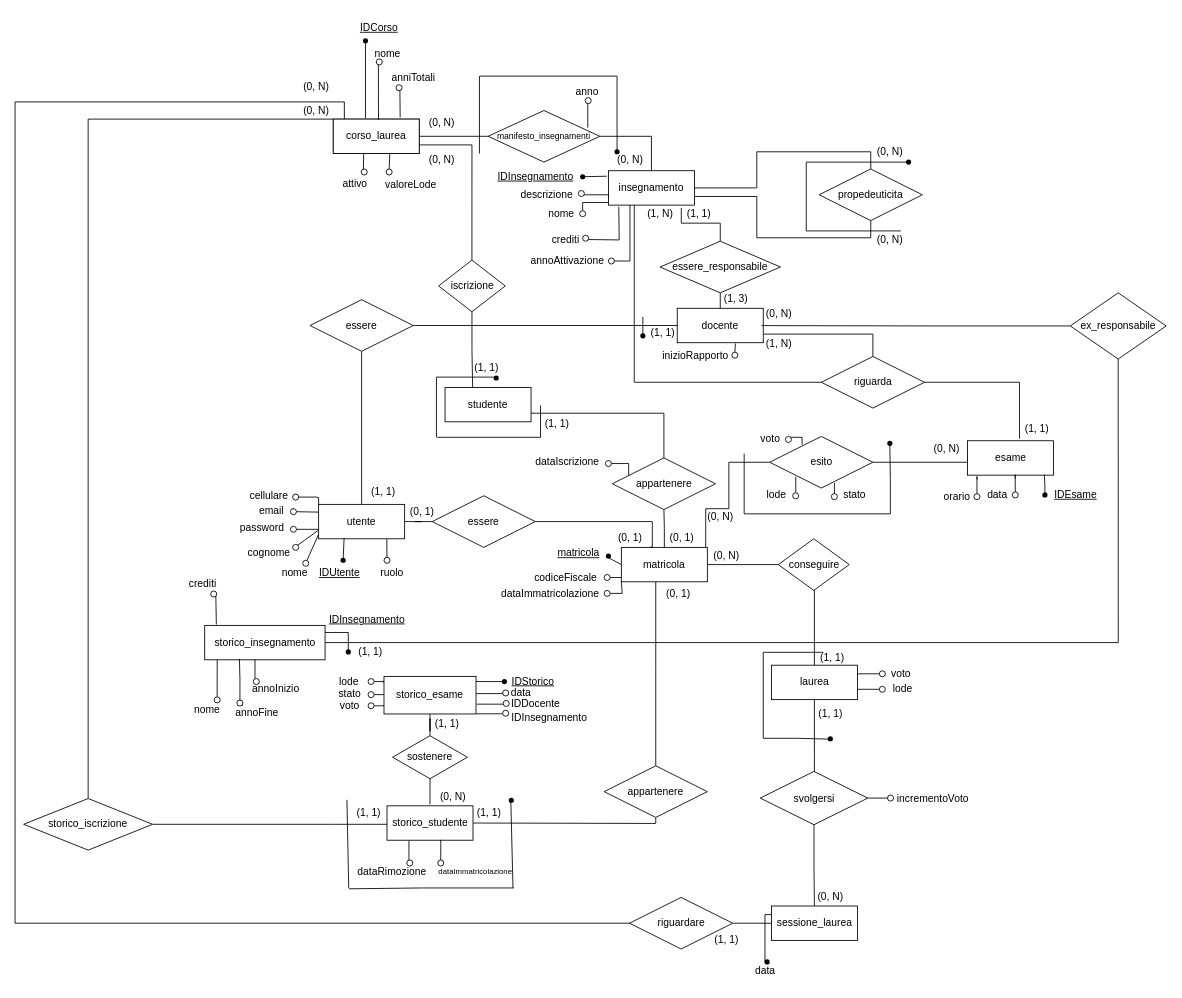
The draw.io diagram page "ER Ristrutturato" (2 of 2) of progetto/db/uni.drawio in michelebolis/UniversityExamSystem, before the edit. Source tidied: cells renumbered, new cells numbered last; positions are measured from the earlier drawing's top-left corner, leaving out a move shared by most shapes. Both pictures are drawn from the tidied source at 86%, with x=0, y=0 at pixel (15, 15).
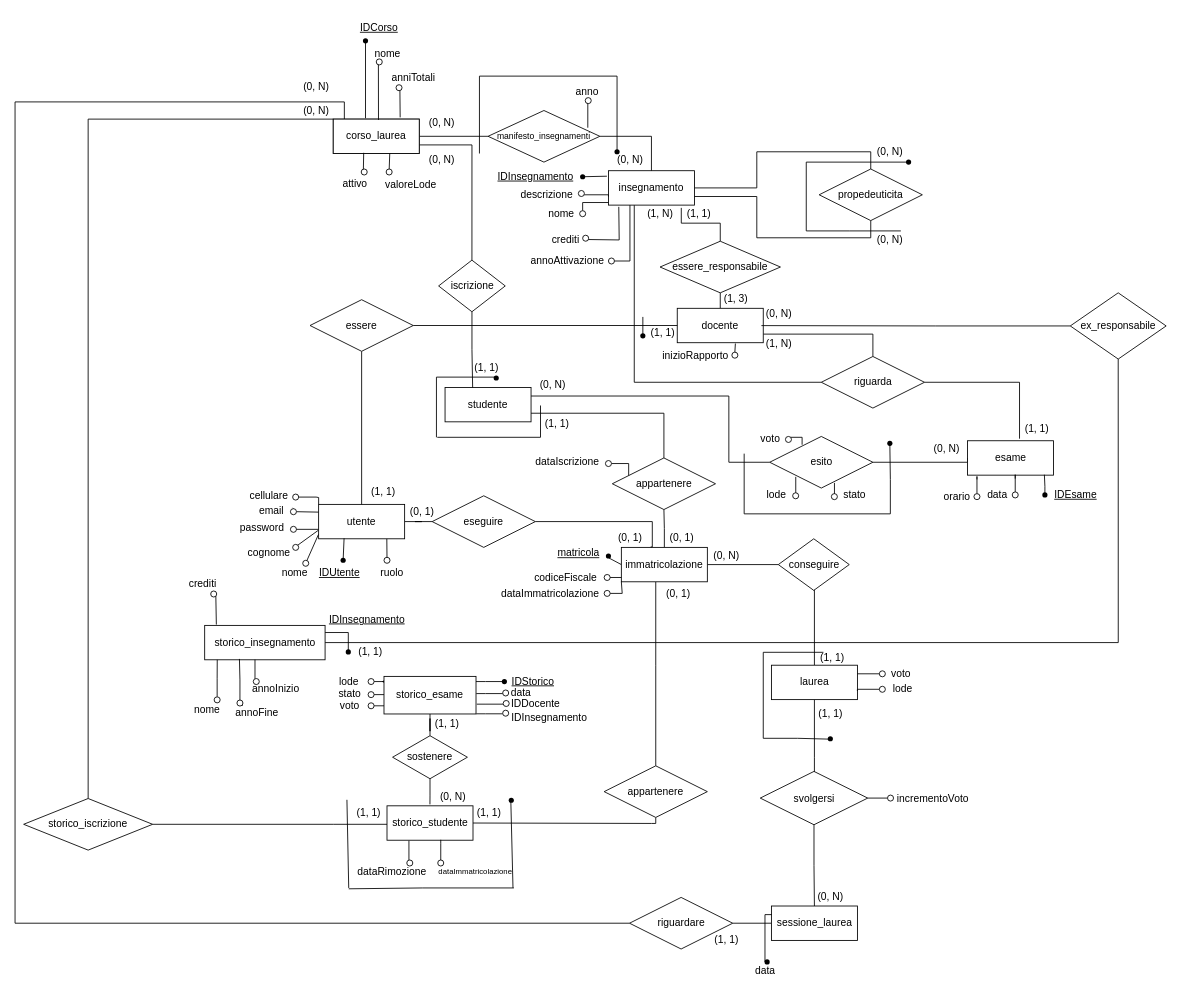
The same diagram, later.

Unchanged cells that the change refers to:
```xml
<mxCell id="5" value="studente" style="whiteSpace=wrap;html=1;align=center;" parent="1" vertex="1">
  <mxGeometry x="500" y="433" width="100" height="40" as="geometry" />
</mxCell>
<mxCell id="33" value="esito" style="shape=rhombus;perimeter=rhombusPerimeter;whiteSpace=wrap;html=1;align=center;" parent="1" vertex="1">
  <mxGeometry x="877.5" y="490" width="120" height="60" as="geometry" />
</mxCell>
<mxCell id="69" value="(0, 1)" style="text;html=1;align=center;verticalAlign=middle;points=[];strokeColor=none;fillColor=none;" parent="1" vertex="1">
  <mxGeometry x="749.5" y="593" width="50" height="30" as="geometry" />
</mxCell>
```

Change to the diagram source:
```diff
@@
-    <mxCell id="4" style="edgeStyle=orthogonalEdgeStyle;rounded=0;jettySize=auto;html=1;entryX=0;entryY=0.5;entryDx=0;entryDy=0;endArrow=none;endFill=0;exitX=1.072;exitY=0.942;exitDx=0;exitDy=0;exitPerimeter=0;" parent="1" edge="1" source="69" target="33">
+    <mxCell id="4" style="edgeStyle=orthogonalEdgeStyle;rounded=0;jettySize=auto;html=1;entryX=0;entryY=0.5;entryDx=0;entryDy=0;endArrow=none;endFill=0;exitX=1;exitY=0.25;exitDx=0;exitDy=0;" parent="1" edge="1" source="5" target="33">
       <mxGeometry relative="1" as="geometry">
         <Array as="points">
-          <mxPoint x="803" y="574" />
-          <mxPoint x="830" y="574" />
+          <mxPoint x="830" y="443" />
           <mxPoint x="830" y="520" />
         </Array>
       </mxGeometry>
     </mxCell>
@@
     <mxCell id="37" value="(0, N)" style="text;html=1;align=center;verticalAlign=middle;strokeColor=none;fillColor=none;" parent="1" vertex="1">
-      <mxGeometry x="795" y="569" width="50" height="30" as="geometry" />
+      <mxGeometry x="600" y="415" width="50" height="30" as="geometry" />
     </mxCell>
@@
-    <mxCell id="64" value="matricola" style="whiteSpace=wrap;html=1;align=center;" parent="1" vertex="1">
+    <mxCell id="64" value="immatricolazione" style="whiteSpace=wrap;html=1;align=center;" parent="1" vertex="1">
       <mxGeometry x="705" y="619" width="100" height="40" as="geometry" />
     </mxCell>
@@
-    <mxCell id="99" value="essere" style="shape=rhombus;perimeter=rhombusPerimeter;whiteSpace=wrap;html=1;align=center;" parent="1" vertex="1">
+    <mxCell id="99" value="eseguire" style="shape=rhombus;perimeter=rhombusPerimeter;whiteSpace=wrap;html=1;align=center;" parent="1" vertex="1">
       <mxGeometry x="485" y="559" width="120" height="60" as="geometry" />
     </mxCell>
```
